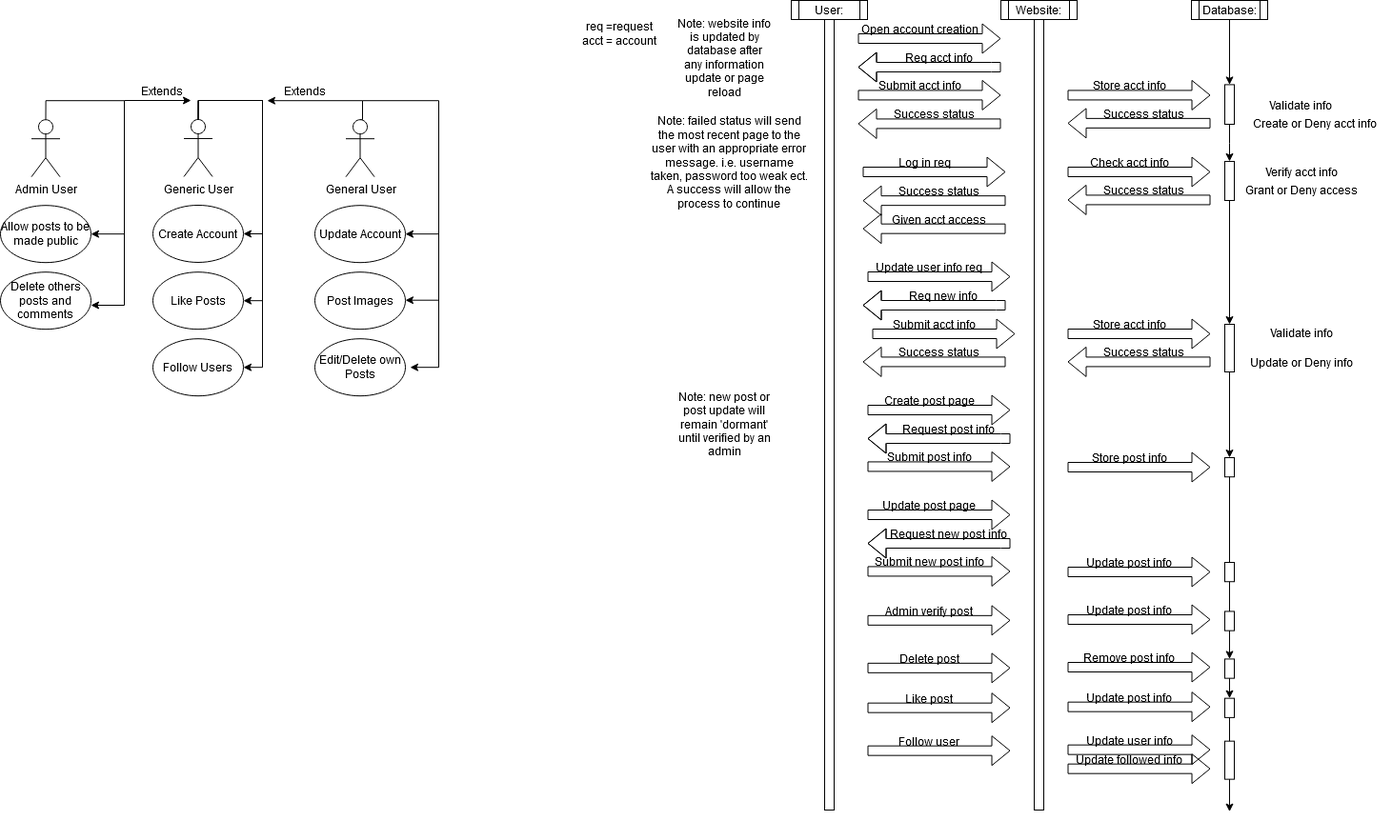
Earlier version of the draw.io export Diagrams.png (wreich2/cosc412). Source tidied: cells renumbered, new cells last; positions are measured from the earlier drawing's top-left corner, leaving out a move shared by most shapes.
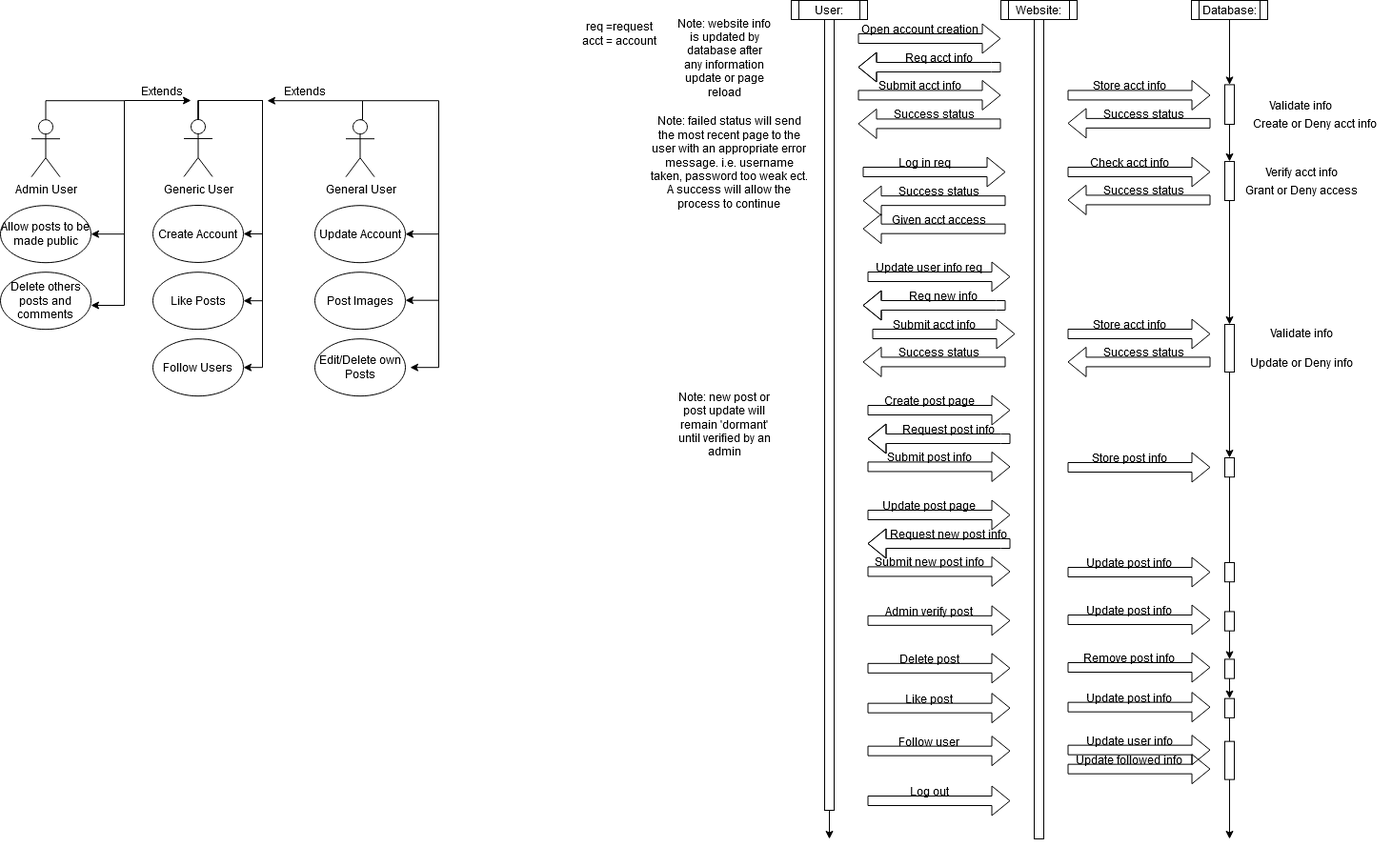
Above is the later version.

What changed in the source:
```diff
@@ -37,12 +37,17 @@
     </mxCell>
     <mxCell id="13" style="edgeStyle=orthogonalEdgeStyle;rounded=0;jettySize=auto;html=1;exitX=0.5;exitY=1;exitDx=0;exitDy=0;" parent="1" edge="1" source="70">
       <mxGeometry relative="1" as="geometry">
-        <mxPoint x="1290" y="851.7" as="targetPoint" />
+        <mxPoint x="1290" y="880" as="targetPoint" />
       </mxGeometry>
     </mxCell>
     <mxCell id="14" value="Database:" style="shape=process;whiteSpace=wrap;html=1;backgroundOutline=1;" parent="1" vertex="1">
       <mxGeometry x="1250" width="80" height="20" as="geometry" />
     </mxCell>
+    <mxCell id="125" style="edgeStyle=orthogonalEdgeStyle;rounded=0;jettySize=auto;html=1;exitX=0.5;exitY=1;exitDx=0;exitDy=0;endArrow=classic;endFill=1;strokeColor=#000000;" parent="1" edge="1" source="15">
+      <mxGeometry relative="1" as="geometry">
+        <mxPoint x="870" y="880" as="targetPoint" />
+      </mxGeometry>
+    </mxCell>
     <mxCell id="15" style="rounded=0;whiteSpace=wrap;html=1;" parent="1" vertex="1">
       <mxGeometry x="865" y="20" width="10" height="830" as="geometry" />
     </mxCell>
@@ -50,7 +55,7 @@
       <mxGeometry x="1050" width="80" height="20" as="geometry" />
     </mxCell>
     <mxCell id="17" style="rounded=0;whiteSpace=wrap;html=1;" parent="1" vertex="1">
-      <mxGeometry x="1085" y="20" width="10" height="830" as="geometry" />
+      <mxGeometry x="1085" y="20" width="10" height="860" as="geometry" />
     </mxCell>
     <mxCell id="18" style="shape=flexArrow;endArrow=classic;html=1;" parent="1" edge="1">
       <mxGeometry relative="1" as="geometry">
@@ -517,5 +522,14 @@
     <mxCell id="124" style="rounded=0;whiteSpace=wrap;html=1;" parent="1" vertex="1">
       <mxGeometry x="1285" y="641.4" width="10" height="20.2" as="geometry" />
     </mxCell>
+    <mxCell id="126" value="Log out" style="text;html=1;strokeColor=none;fillColor=none;align=center;verticalAlign=middle;whiteSpace=wrap;rounded=0;" parent="1" vertex="1">
+      <mxGeometry x="910" y="820" width="130" height="20" as="geometry" />
+    </mxCell>
+    <mxCell id="127" style="shape=flexArrow;endArrow=classic;html=1;" parent="1" edge="1">
+      <mxGeometry relative="1" as="geometry">
+        <mxPoint x="910" y="840" as="sourcePoint" />
+        <mxPoint x="1060" y="840" as="targetPoint" />
+      </mxGeometry>
+    </mxCell>
   </root>
 </mxGraphModel>
```
